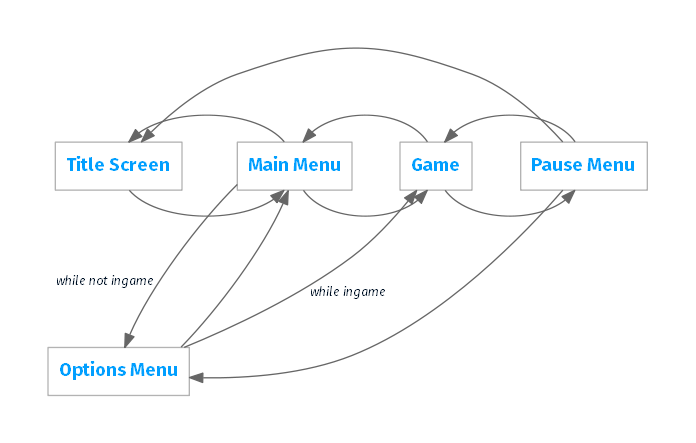
Before: assets/doc/gamestack/flow.png, a diagram exported from Graphviz (agersant/itsumono). Its source is kept beside it as assets/doc/gamestack/flow.gv. The source it was exported from:
```dot
digraph gameflow {
	rankdir=LR;
	size="10"
	graph [nodesep=1.4, pad=0.5];
	edge [color="gray40",	fontname="Fira Sans OT Light Italic", fontcolor="#001226", fontsize="10"];
	node [color="gray70",	fontname="Fira Sans OT Bold", 	fontcolor="#019FFF"];
	node [shape=rectangle] TITLE MENU OPTIONS GAME PAUSE;

	TITLE [label="Title Screen"];
	MENU [label="Main Menu"];
	OPTIONS [label="Options Menu"];
	GAME [label="Game"];
	PAUSE [label="Pause Menu"];

	TITLE -> MENU;
	MENU -> TITLE;
	MENU -> OPTIONS [constraint=false];
	OPTIONS -> MENU [xlabel="while not ingame                             "];
	MENU -> GAME;
	GAME -> MENU;
	GAME -> PAUSE;
	PAUSE -> GAME;
	PAUSE -> TITLE;
	PAUSE -> OPTIONS [constraint=false];
	OPTIONS -> GAME [xlabel="while ingame"];
}
```
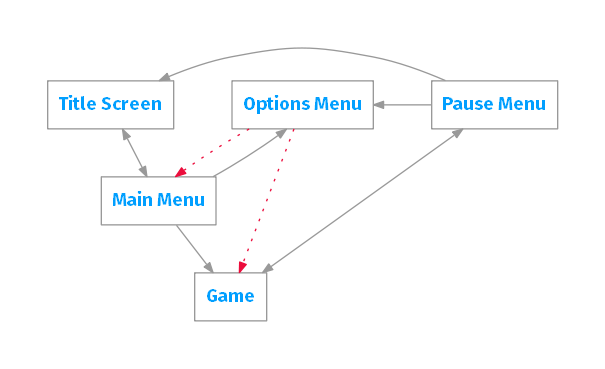
After the commit.

Commit message:
Better looking and more accurate flow graph

What changed in the source:
```diff
@@ -1,9 +1,8 @@
 digraph gameflow {
-	rankdir=LR;
 	size="10"
-	graph [nodesep=1.4, pad=0.5];
-	edge [color="gray40",	fontname="Fira Sans OT Light Italic", fontcolor="#001226", fontsize="10"];
-	node [color="gray70",	fontname="Fira Sans OT Bold", 	fontcolor="#019FFF"];
+	graph [nodesep=.6, pad=0.5];
+	edge [color="gray60", style=solid, arrowsize=.75 ];
+	node [color="gray60", fontname="Fira Sans OT Bold", fontcolor="#019FFF"];
 	node [shape=rectangle] TITLE MENU OPTIONS GAME PAUSE;
 
 	TITLE [label="Title Screen"];
@@ -12,15 +11,12 @@
 	GAME [label="Game"];
 	PAUSE [label="Pause Menu"];
 
-	TITLE -> MENU;
-	MENU -> TITLE;
-	MENU -> OPTIONS [constraint=false];
-	OPTIONS -> MENU [xlabel="while not ingame                             "];
+	TITLE -> MENU [dir=both];
+	MENU -> OPTIONS [constraint=false]
+	OPTIONS -> MENU [style=dotted, color="#EB0D3C"];
 	MENU -> GAME;
-	GAME -> MENU;
-	GAME -> PAUSE;
-	PAUSE -> GAME;
-	PAUSE -> TITLE;
+	GAME -> PAUSE [dir=both, constraint=false];
+	PAUSE -> TITLE [constraint=false];
 	PAUSE -> OPTIONS [constraint=false];
-	OPTIONS -> GAME [xlabel="while ingame"];
+	OPTIONS -> GAME [style=dotted, color="#EB0D3C"];
 }
```
